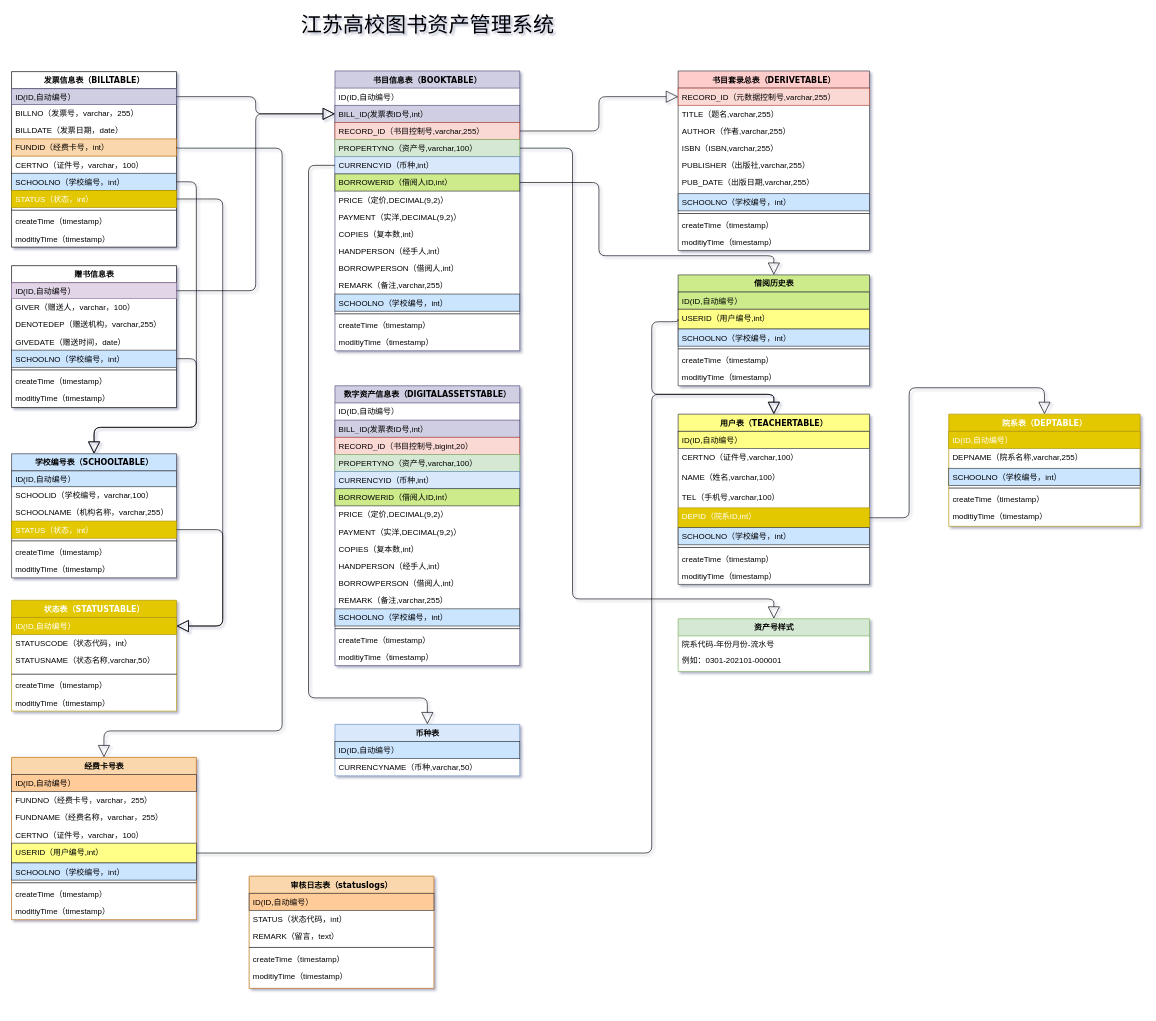
The draw.io diagram 图书资产管理系统.drawio in yisqiu/SimpleMap-wx, before the edit. Source tidied: cells renumbered, new cells numbered last; positions are measured from the earlier drawing's top-left corner, leaving out a move shared by most shapes. Both pictures are drawn from the tidied source at 66%, with x=0, y=0 at pixel (11, 11).
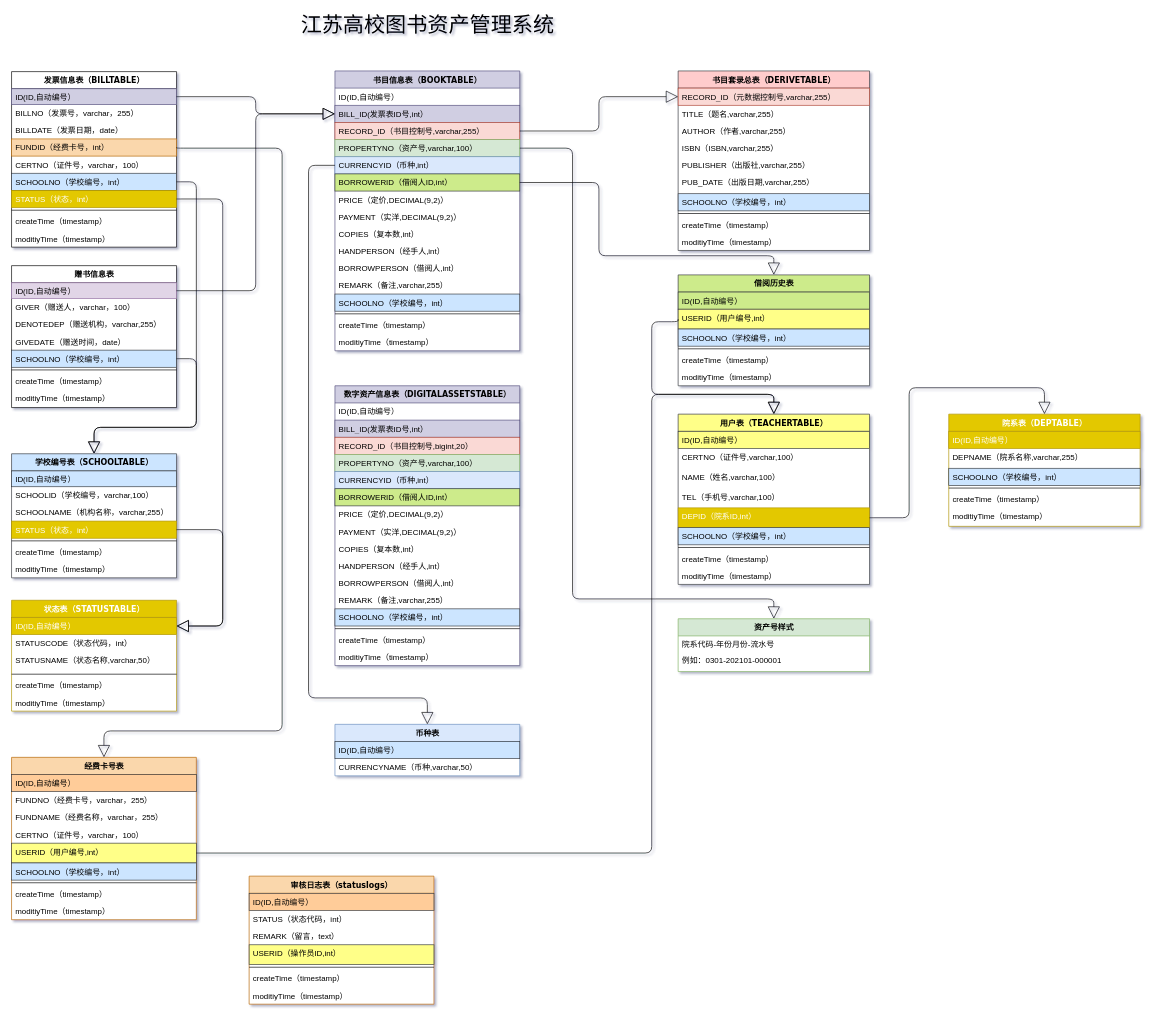
After the change.

Commit message:
更新图书资产管理系统.drawio

Diff of the diagram source:
```diff
@@
     <mxCell id="137" value="审核日志表（statuslogs）" style="swimlane;html=1;fontStyle=1;align=center;verticalAlign=top;horizontal=1;startSize=26;swimlaneFillColor=#ffffff;shadow=0;comic=0;labelBackgroundColor=none;strokeWidth=1;fillColor=#fad7ac;fontFamily=Verdana;fontSize=12;strokeColor=#b46504;" parent="1" vertex="1">
-      <mxGeometry x="360" y="1310" width="280" height="170" as="geometry" />
+      <mxGeometry x="360" y="1310" width="280" height="194" as="geometry" />
     </mxCell>
@@
+    <mxCell id="144" value="USERID（操作员ID,int）" style="text;html=1;strokeColor=#36393d;fillColor=#ffff88;align=left;verticalAlign=top;spacingLeft=4;spacingRight=4;whiteSpace=wrap;overflow=hidden;" parent="137" vertex="1">
+      <mxGeometry y="104" width="280" height="30" as="geometry" />
+    </mxCell>
     <mxCell id="141" style="line;html=1;strokeWidth=1;fillColor=none;align=left;verticalAlign=middle;spacingTop=-1;spacingLeft=3;spacingRight=3;labelPosition=right;" parent="137" vertex="1">
-      <mxGeometry y="104" width="280" height="8" as="geometry" />
+      <mxGeometry y="134" width="280" height="8" as="geometry" />
     </mxCell>
     <mxCell id="142" value="createTime（timestamp）" style="text;html=1;strokeColor=none;fillColor=none;align=left;verticalAlign=top;spacingLeft=4;spacingRight=4;whiteSpace=wrap;overflow=hidden;" parent="137" vertex="1">
-      <mxGeometry y="112" width="280" height="26" as="geometry" />
+      <mxGeometry y="142" width="280" height="26" as="geometry" />
     </mxCell>
     <mxCell id="143" value="moditiyTime（timestamp）" style="text;html=1;strokeColor=none;fillColor=none;align=left;verticalAlign=top;spacingLeft=4;spacingRight=4;whiteSpace=wrap;overflow=hidden;" parent="137" vertex="1">
-      <mxGeometry y="138" width="280" height="26" as="geometry" />
+      <mxGeometry y="168" width="280" height="26" as="geometry" />
     </mxCell>
```
